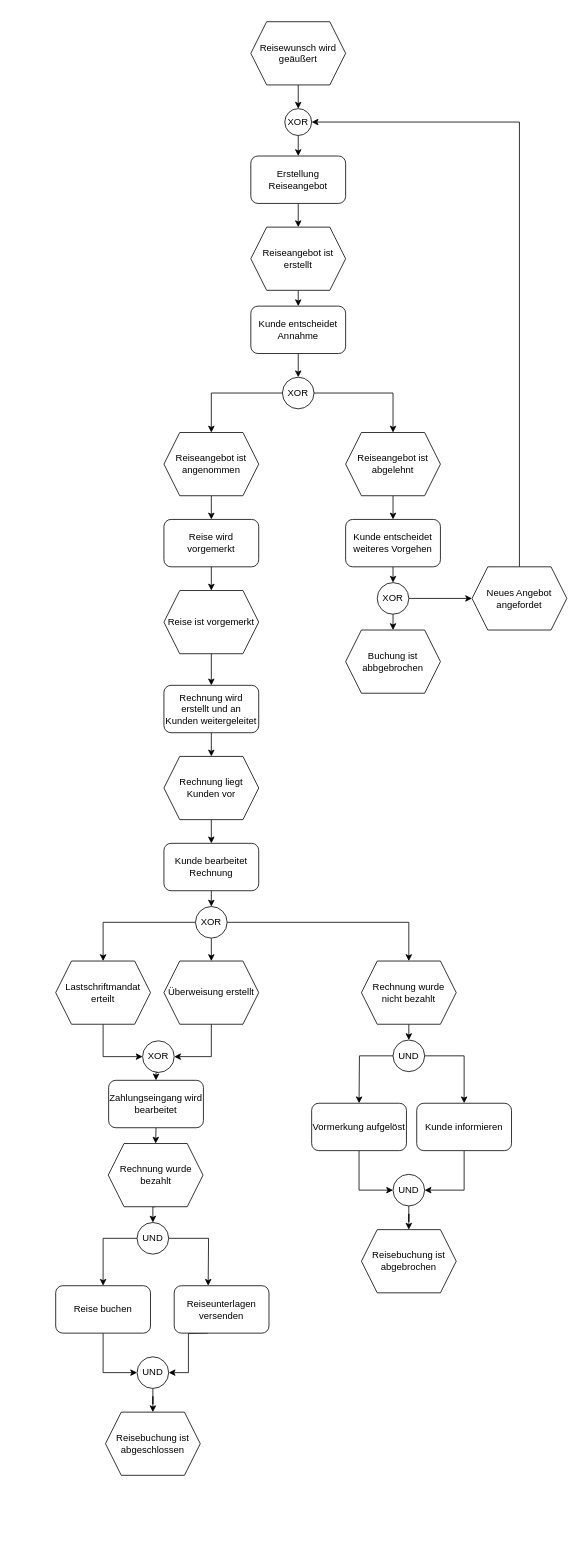
Earlier version of the draw.io diagram semester-4/gproz/Aufgabe-23.drawio (snordmann/fom). Source tidied: cells renumbered, new cells numbered last; positions are measured from the earlier drawing's top-left corner, leaving out a move shared by most shapes. Both pictures are drawn from the tidied source at 79%, with x=0, y=0 at pixel (55, 21).
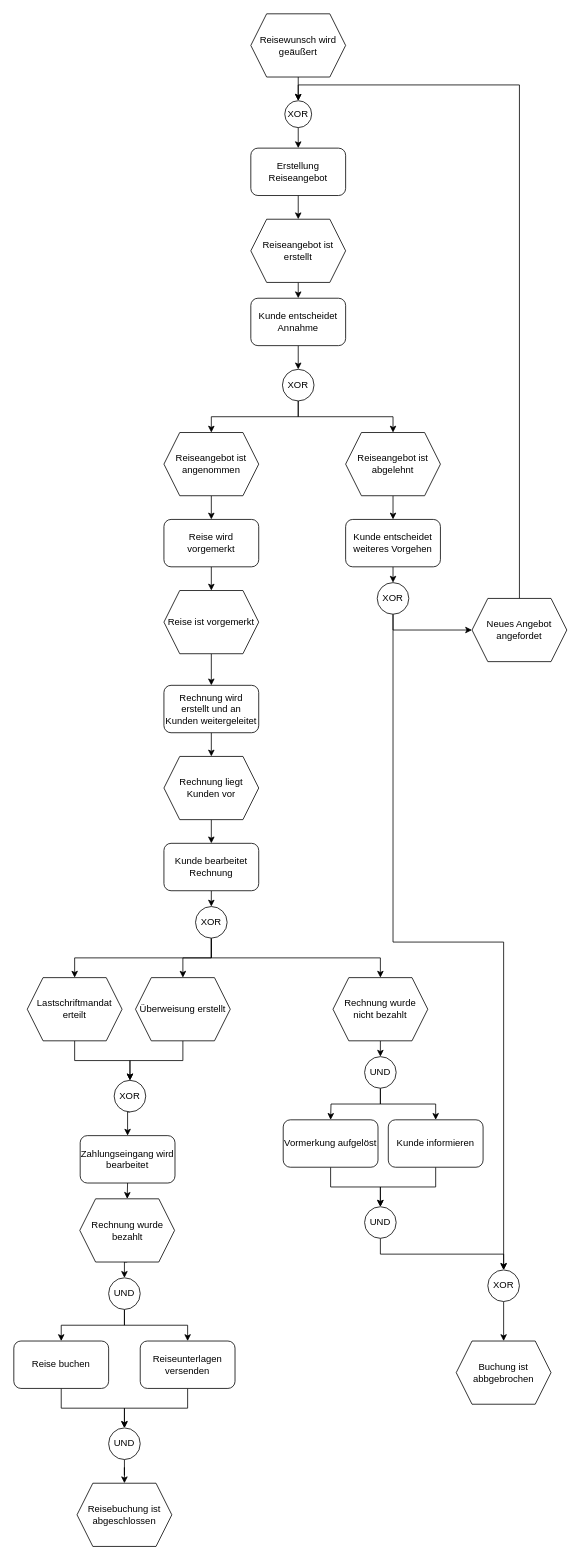
Above is the later version.

The change refers to these unchanged cells:
```xml
<mxCell id="14" value="Reiseangebot ist angenommen" style="shape=hexagon;perimeter=hexagonPerimeter2;whiteSpace=wrap;html=1;fixedSize=1;" parent="1" vertex="1">
  <mxGeometry x="137" y="520" width="120" height="80" as="geometry" />
</mxCell>
<mxCell id="16" value="Reiseangebot ist abgelehnt" style="shape=hexagon;perimeter=hexagonPerimeter2;whiteSpace=wrap;html=1;fixedSize=1;" parent="1" vertex="1">
  <mxGeometry x="367" y="520" width="120" height="80" as="geometry" />
</mxCell>
<mxCell id="21" value="XOR" style="ellipse;whiteSpace=wrap;html=1;" parent="1" vertex="1">
  <mxGeometry x="407" y="710" width="40" height="40" as="geometry" />
</mxCell>
<mxCell id="69" value="XOR" style="ellipse;whiteSpace=wrap;html=1;" parent="1" vertex="1">
  <mxGeometry x="177" y="1120" width="40" height="40" as="geometry" />
</mxCell>
```

Change to the diagram source:
```diff
@@
     <mxCell id="3" value="Reisewunsch wird geäußert" style="shape=hexagon;perimeter=hexagonPerimeter2;whiteSpace=wrap;html=1;fixedSize=1;" parent="1" vertex="1">
-      <mxGeometry x="247" width="120" height="80" as="geometry" />
+      <mxGeometry x="247" y="-10" width="120" height="80" as="geometry" />
     </mxCell>
@@
     <mxCell id="5" value="Erstellung Reiseangebot" style="rounded=1;whiteSpace=wrap;html=1;" parent="1" vertex="1">
-      <mxGeometry x="247" y="170" width="120" height="60" as="geometry" />
+      <mxGeometry x="247" y="160" width="120" height="60" as="geometry" />
     </mxCell>
@@
     <mxCell id="7" value="Reiseangebot ist erstellt" style="shape=hexagon;perimeter=hexagonPerimeter2;whiteSpace=wrap;html=1;fixedSize=1;" parent="1" vertex="1">
-      <mxGeometry x="247" y="260" width="120" height="80" as="geometry" />
+      <mxGeometry x="247" y="250" width="120" height="80" as="geometry" />
     </mxCell>
@@
     <mxCell id="9" value="Kunde entscheidet Annahme" style="rounded=1;whiteSpace=wrap;html=1;" parent="1" vertex="1">
-      <mxGeometry x="247" y="360" width="120" height="60" as="geometry" />
+      <mxGeometry x="247" y="350" width="120" height="60" as="geometry" />
     </mxCell>
-    <mxCell id="10" style="edgeStyle=orthogonalEdgeStyle;rounded=0;jettySize=auto;html=1;exitX=0;exitY=0.5;exitDx=0;exitDy=0;" parent="1" edge="1" source="12" target="14">
+    <mxCell id="10" style="edgeStyle=orthogonalEdgeStyle;rounded=0;jettySize=auto;html=1;exitX=0.5;exitY=1;exitDx=0;exitDy=0;" parent="1" edge="1" source="12" target="14">
       <mxGeometry relative="1" as="geometry" />
     </mxCell>
-    <mxCell id="11" style="edgeStyle=orthogonalEdgeStyle;rounded=0;jettySize=auto;html=1;exitX=1;exitY=0.5;exitDx=0;exitDy=0;entryX=0.5;entryY=0;entryDx=0;entryDy=0;" parent="1" edge="1" source="12" target="16">
+    <mxCell id="11" style="edgeStyle=orthogonalEdgeStyle;rounded=0;jettySize=auto;html=1;exitX=0.5;exitY=1;exitDx=0;exitDy=0;entryX=0.5;entryY=0;entryDx=0;entryDy=0;" parent="1" edge="1" source="12" target="16">
       <mxGeometry relative="1" as="geometry" />
     </mxCell>
     <mxCell id="12" value="XOR" style="ellipse;whiteSpace=wrap;html=1;" parent="1" vertex="1">
-      <mxGeometry x="287" y="450" width="40" height="40" as="geometry" />
+      <mxGeometry x="287" y="440" width="40" height="40" as="geometry" />
     </mxCell>
@@
-    <mxCell id="19" style="edgeStyle=orthogonalEdgeStyle;rounded=0;jettySize=auto;html=1;exitX=0.5;exitY=1;exitDx=0;exitDy=0;entryX=0.5;entryY=0;entryDx=0;entryDy=0;" parent="1" edge="1" source="21" target="22">
-      <mxGeometry relative="1" as="geometry" />
-    </mxCell>
-    <mxCell id="20" style="edgeStyle=orthogonalEdgeStyle;rounded=0;jettySize=auto;html=1;exitX=1;exitY=0.5;exitDx=0;exitDy=0;entryX=0;entryY=0.5;entryDx=0;entryDy=0;" parent="1" edge="1" source="21" target="24">
+    <mxCell id="20" style="edgeStyle=orthogonalEdgeStyle;rounded=0;jettySize=auto;html=1;exitX=0.5;exitY=1;exitDx=0;exitDy=0;entryX=0;entryY=0.5;entryDx=0;entryDy=0;" parent="1" edge="1" source="21" target="24">
       <mxGeometry relative="1" as="geometry" />
     </mxCell>
+    <mxCell id="74" style="edgeStyle=orthogonalEdgeStyle;rounded=0;jettySize=auto;html=1;exitX=0.5;exitY=1;exitDx=0;exitDy=0;entryX=0.5;entryY=0;entryDx=0;entryDy=0;" parent="1" edge="1" source="21" target="79">
+      <mxGeometry relative="1" as="geometry" />
+    </mxCell>
@@
     <mxCell id="22" value="Buchung ist abbgebrochen" style="shape=hexagon;perimeter=hexagonPerimeter2;whiteSpace=wrap;html=1;fixedSize=1;" parent="1" vertex="1">
-      <mxGeometry x="367" y="770" width="120" height="80" as="geometry" />
+      <mxGeometry x="507" y="1670" width="120" height="80" as="geometry" />
     </mxCell>
-    <mxCell id="23" style="edgeStyle=orthogonalEdgeStyle;rounded=0;jettySize=auto;html=1;exitX=0.5;exitY=0;exitDx=0;exitDy=0;entryX=1;entryY=0.5;entryDx=0;entryDy=0;" parent="1" edge="1" source="24" target="26">
+    <mxCell id="23" style="edgeStyle=orthogonalEdgeStyle;rounded=0;jettySize=auto;html=1;exitX=0.5;exitY=0;exitDx=0;exitDy=0;entryX=0.5;entryY=0;entryDx=0;entryDy=0;" parent="1" edge="1" source="24" target="26">
       <mxGeometry relative="1" as="geometry" />
     </mxCell>
     <mxCell id="24" value="Neues Angebot angefordet" style="shape=hexagon;perimeter=hexagonPerimeter2;whiteSpace=wrap;html=1;fixedSize=1;" parent="1" vertex="1">
-      <mxGeometry x="527" y="690" width="120" height="80" as="geometry" />
+      <mxGeometry x="527" y="730" width="120" height="80" as="geometry" />
     </mxCell>
@@
     <mxCell id="26" value="XOR" style="ellipse;whiteSpace=wrap;html=1;" parent="1" vertex="1">
-      <mxGeometry x="290" y="110" width="34" height="34" as="geometry" />
+      <mxGeometry x="290" y="100" width="34" height="34" as="geometry" />
     </mxCell>
@@
     <mxCell id="37" value="Rechnung wurde bezahlt" style="shape=hexagon;perimeter=hexagonPerimeter2;whiteSpace=wrap;html=1;fixedSize=1;" parent="1" vertex="1">
-      <mxGeometry x="66.5" y="1420" width="120" height="80" as="geometry" />
+      <mxGeometry x="30.5" y="1490" width="120" height="80" as="geometry" />
     </mxCell>
@@
     <mxCell id="39" value="Rechnung wurde nicht bezahlt" style="shape=hexagon;perimeter=hexagonPerimeter2;whiteSpace=wrap;html=1;fixedSize=1;" parent="1" vertex="1">
-      <mxGeometry x="387" y="1189" width="120" height="80" as="geometry" />
+      <mxGeometry x="351" y="1210" width="120" height="80" as="geometry" />
     </mxCell>
-    <mxCell id="40" style="edgeStyle=orthogonalEdgeStyle;rounded=0;jettySize=auto;html=1;exitX=0.5;exitY=1;exitDx=0;exitDy=0;entryX=0;entryY=0.5;entryDx=0;entryDy=0;" parent="1" edge="1" source="41" target="49">
+    <mxCell id="40" style="edgeStyle=orthogonalEdgeStyle;rounded=0;jettySize=auto;html=1;exitX=0.5;exitY=1;exitDx=0;exitDy=0;entryX=0.5;entryY=0;entryDx=0;entryDy=0;" parent="1" edge="1" source="41" target="49">
       <mxGeometry relative="1" as="geometry" />
     </mxCell>
     <mxCell id="41" value="Vormerkung aufgelöst" style="rounded=1;whiteSpace=wrap;html=1;" parent="1" vertex="1">
-      <mxGeometry x="324" y="1369" width="120" height="60" as="geometry" />
+      <mxGeometry x="288" y="1390" width="120" height="60" as="geometry" />
     </mxCell>
-    <mxCell id="42" style="edgeStyle=orthogonalEdgeStyle;rounded=0;jettySize=auto;html=1;exitX=0.5;exitY=1;exitDx=0;exitDy=0;entryX=1;entryY=0.5;entryDx=0;entryDy=0;" parent="1" edge="1" source="43" target="49">
+    <mxCell id="42" style="edgeStyle=orthogonalEdgeStyle;rounded=0;jettySize=auto;html=1;exitX=0.5;exitY=1;exitDx=0;exitDy=0;entryX=0.5;entryY=0;entryDx=0;entryDy=0;" parent="1" edge="1" source="43" target="49">
       <mxGeometry relative="1" as="geometry" />
     </mxCell>
     <mxCell id="43" value="Kunde informieren" style="rounded=1;whiteSpace=wrap;html=1;" parent="1" vertex="1">
-      <mxGeometry x="457" y="1369" width="120" height="60" as="geometry" />
+      <mxGeometry x="421" y="1390" width="120" height="60" as="geometry" />
     </mxCell>
-    <mxCell id="44" value="Reisebuchung ist abgebrochen" style="shape=hexagon;perimeter=hexagonPerimeter2;whiteSpace=wrap;html=1;fixedSize=1;" parent="1" vertex="1">
-      <mxGeometry x="387" y="1529" width="120" height="80" as="geometry" />
-    </mxCell>
-    <mxCell id="45" style="edgeStyle=orthogonalEdgeStyle;rounded=0;jettySize=auto;html=1;exitX=0;exitY=0.5;exitDx=0;exitDy=0;" parent="1" edge="1" source="47">
+    <mxCell id="45" style="edgeStyle=orthogonalEdgeStyle;rounded=0;jettySize=auto;html=1;exitX=0.5;exitY=1;exitDx=0;exitDy=0;" parent="1" edge="1" source="47">
       <mxGeometry relative="1" as="geometry">
-        <mxPoint x="384" y="1369" as="targetPoint" />
+        <mxPoint x="348" y="1390" as="targetPoint" />
       </mxGeometry>
     </mxCell>
-    <mxCell id="46" style="edgeStyle=orthogonalEdgeStyle;rounded=0;jettySize=auto;html=1;exitX=1;exitY=0.5;exitDx=0;exitDy=0;" parent="1" edge="1" source="47" target="43">
+    <mxCell id="46" style="edgeStyle=orthogonalEdgeStyle;rounded=0;jettySize=auto;html=1;exitX=0.5;exitY=1;exitDx=0;exitDy=0;" parent="1" edge="1" source="47" target="43">
       <mxGeometry relative="1" as="geometry" />
     </mxCell>
     <mxCell id="47" value="UND" style="ellipse;whiteSpace=wrap;html=1;" parent="1" vertex="1">
-      <mxGeometry x="427" y="1289" width="40" height="40" as="geometry" />
+      <mxGeometry x="391" y="1310" width="40" height="40" as="geometry" />
     </mxCell>
-    <mxCell id="48" style="edgeStyle=orthogonalEdgeStyle;rounded=0;jettySize=auto;html=1;exitX=0.5;exitY=1;exitDx=0;exitDy=0;" parent="1" edge="1" source="49" target="44">
-      <mxGeometry relative="1" as="geometry" />
-    </mxCell>
+    <mxCell id="75" style="edgeStyle=orthogonalEdgeStyle;rounded=0;jettySize=auto;html=1;exitX=0.5;exitY=1;exitDx=0;exitDy=0;entryX=0.5;entryY=0;entryDx=0;entryDy=0;" parent="1" edge="1" source="49" target="79">
+      <mxGeometry relative="1" as="geometry" />
+    </mxCell>
     <mxCell id="49" value="UND" style="ellipse;whiteSpace=wrap;html=1;" parent="1" vertex="1">
-      <mxGeometry x="427" y="1459" width="40" height="40" as="geometry" />
+      <mxGeometry x="391" y="1500" width="40" height="40" as="geometry" />
     </mxCell>
-    <mxCell id="50" style="edgeStyle=orthogonalEdgeStyle;rounded=0;jettySize=auto;html=1;exitX=0.5;exitY=1;exitDx=0;exitDy=0;entryX=0;entryY=0.5;entryDx=0;entryDy=0;" parent="1" edge="1" source="51" target="59">
+    <mxCell id="50" style="edgeStyle=orthogonalEdgeStyle;rounded=0;jettySize=auto;html=1;exitX=0.5;exitY=1;exitDx=0;exitDy=0;" parent="1" edge="1" source="51" target="59">
       <mxGeometry relative="1" as="geometry" />
     </mxCell>
     <mxCell id="51" value="Reise buchen" style="rounded=1;whiteSpace=wrap;html=1;" parent="1" vertex="1">
-      <mxGeometry y="1600" width="120" height="60" as="geometry" />
+      <mxGeometry x="-53" y="1670" width="120" height="60" as="geometry" />
     </mxCell>
-    <mxCell id="52" style="edgeStyle=orthogonalEdgeStyle;rounded=0;jettySize=auto;html=1;entryX=1;entryY=0.5;entryDx=0;entryDy=0;" parent="1" edge="1" target="59">
-      <mxGeometry relative="1" as="geometry">
-        <mxPoint x="193" y="1660" as="sourcePoint" />
-      </mxGeometry>
-    </mxCell>
+    <mxCell id="76" style="edgeStyle=orthogonalEdgeStyle;rounded=0;jettySize=auto;html=1;exitX=0.5;exitY=1;exitDx=0;exitDy=0;entryX=0.5;entryY=0;entryDx=0;entryDy=0;" parent="1" edge="1" source="53" target="59">
+      <mxGeometry relative="1" as="geometry" />
+    </mxCell>
     <mxCell id="53" value="Reiseunterlagen versenden" style="rounded=1;whiteSpace=wrap;html=1;" parent="1" vertex="1">
-      <mxGeometry x="150" y="1600" width="120" height="60" as="geometry" />
+      <mxGeometry x="107" y="1670" width="120" height="60" as="geometry" />
     </mxCell>
     <mxCell id="54" value="Reisebuchung ist abgeschlossen" style="shape=hexagon;perimeter=hexagonPerimeter2;whiteSpace=wrap;html=1;fixedSize=1;" parent="1" vertex="1">
-      <mxGeometry x="63" y="1760" width="120" height="80" as="geometry" />
+      <mxGeometry x="27" y="1850" width="120" height="80" as="geometry" />
     </mxCell>
-    <mxCell id="55" style="edgeStyle=orthogonalEdgeStyle;rounded=0;jettySize=auto;html=1;exitX=0;exitY=0.5;exitDx=0;exitDy=0;" parent="1" edge="1" source="57" target="51">
+    <mxCell id="55" style="edgeStyle=orthogonalEdgeStyle;rounded=0;jettySize=auto;html=1;exitX=0.5;exitY=1;exitDx=0;exitDy=0;" parent="1" edge="1" source="57" target="51">
       <mxGeometry relative="1" as="geometry" />
     </mxCell>
-    <mxCell id="56" style="edgeStyle=orthogonalEdgeStyle;rounded=0;jettySize=auto;html=1;exitX=1;exitY=0.5;exitDx=0;exitDy=0;" parent="1" edge="1" source="57">
-      <mxGeometry relative="1" as="geometry">
-        <mxPoint x="193" y="1600" as="targetPoint" />
-      </mxGeometry>
-    </mxCell>
+    <mxCell id="77" style="edgeStyle=orthogonalEdgeStyle;rounded=0;jettySize=auto;html=1;exitX=0.5;exitY=1;exitDx=0;exitDy=0;" parent="1" edge="1" source="57" target="53">
+      <mxGeometry relative="1" as="geometry" />
+    </mxCell>
     <mxCell id="57" value="UND" style="ellipse;whiteSpace=wrap;html=1;" parent="1" vertex="1">
-      <mxGeometry x="103" y="1520" width="40" height="40" as="geometry" />
+      <mxGeometry x="67" y="1590" width="40" height="40" as="geometry" />
     </mxCell>
@@
     <mxCell id="59" value="UND" style="ellipse;whiteSpace=wrap;html=1;" parent="1" vertex="1">
-      <mxGeometry x="103" y="1690" width="40" height="40" as="geometry" />
+      <mxGeometry x="67" y="1780" width="40" height="40" as="geometry" />
     </mxCell>
@@
-    <mxCell id="62" style="edgeStyle=orthogonalEdgeStyle;rounded=0;jettySize=auto;html=1;exitX=0.5;exitY=1;exitDx=0;exitDy=0;entryX=0;entryY=0.5;entryDx=0;entryDy=0;" parent="1" edge="1" source="63" target="73">
+    <mxCell id="62" style="edgeStyle=orthogonalEdgeStyle;rounded=0;jettySize=auto;html=1;exitX=0.5;exitY=1;exitDx=0;exitDy=0;entryX=0.5;entryY=0;entryDx=0;entryDy=0;" parent="1" edge="1" source="63" target="73">
       <mxGeometry relative="1" as="geometry" />
     </mxCell>
     <mxCell id="63" value="Lastschriftmandat erteilt" style="shape=hexagon;perimeter=hexagonPerimeter2;whiteSpace=wrap;html=1;fixedSize=1;" parent="1" vertex="1">
-      <mxGeometry y="1189" width="120" height="80" as="geometry" />
+      <mxGeometry x="-36" y="1210" width="120" height="80" as="geometry" />
     </mxCell>
-    <mxCell id="64" style="edgeStyle=orthogonalEdgeStyle;rounded=0;jettySize=auto;html=1;exitX=0.5;exitY=1;exitDx=0;exitDy=0;entryX=1;entryY=0.5;entryDx=0;entryDy=0;" parent="1" edge="1" source="65" target="73">
+    <mxCell id="64" style="edgeStyle=orthogonalEdgeStyle;rounded=0;jettySize=auto;html=1;exitX=0.5;exitY=1;exitDx=0;exitDy=0;entryX=0.5;entryY=0;entryDx=0;entryDy=0;" parent="1" edge="1" source="65" target="73">
       <mxGeometry relative="1" as="geometry" />
     </mxCell>
     <mxCell id="65" value="Überweisung erstellt" style="shape=hexagon;perimeter=hexagonPerimeter2;whiteSpace=wrap;html=1;fixedSize=1;" parent="1" vertex="1">
-      <mxGeometry x="137" y="1189" width="120" height="80" as="geometry" />
+      <mxGeometry x="101" y="1210" width="120" height="80" as="geometry" />
     </mxCell>
-    <mxCell id="66" style="edgeStyle=orthogonalEdgeStyle;rounded=0;jettySize=auto;html=1;exitX=0;exitY=0.5;exitDx=0;exitDy=0;entryX=0.5;entryY=0;entryDx=0;entryDy=0;" parent="1" edge="1" source="69" target="63">
+    <mxCell id="66" style="edgeStyle=orthogonalEdgeStyle;rounded=0;jettySize=auto;html=1;exitX=0.5;exitY=1;exitDx=0;exitDy=0;entryX=0.5;entryY=0;entryDx=0;entryDy=0;" parent="1" edge="1" source="69" target="63">
       <mxGeometry relative="1" as="geometry" />
     </mxCell>
@@
-    <mxCell id="68" style="edgeStyle=orthogonalEdgeStyle;rounded=0;jettySize=auto;html=1;exitX=1;exitY=0.5;exitDx=0;exitDy=0;entryX=0.5;entryY=0;entryDx=0;entryDy=0;" parent="1" edge="1" source="69" target="39">
+    <mxCell id="68" style="edgeStyle=orthogonalEdgeStyle;rounded=0;jettySize=auto;html=1;exitX=0.5;exitY=1;exitDx=0;exitDy=0;entryX=0.5;entryY=0;entryDx=0;entryDy=0;" parent="1" edge="1" source="69" target="39">
       <mxGeometry relative="1" as="geometry" />
     </mxCell>
@@
     <mxCell id="71" value="Zahlungseingang wird bearbeitet" style="rounded=1;whiteSpace=wrap;html=1;" parent="1" vertex="1">
-      <mxGeometry x="67" y="1340" width="120" height="60" as="geometry" />
+      <mxGeometry x="31" y="1410" width="120" height="60" as="geometry" />
     </mxCell>
@@
     <mxCell id="73" value="XOR" style="ellipse;whiteSpace=wrap;html=1;" parent="1" vertex="1">
-      <mxGeometry x="110" y="1290" width="40" height="40" as="geometry" />
+      <mxGeometry x="74" y="1340" width="40" height="40" as="geometry" />
     </mxCell>
+    <mxCell id="78" style="edgeStyle=orthogonalEdgeStyle;rounded=0;jettySize=auto;html=1;exitX=0.5;exitY=1;exitDx=0;exitDy=0;entryX=0.5;entryY=0;entryDx=0;entryDy=0;" parent="1" edge="1" source="79" target="22">
+      <mxGeometry relative="1" as="geometry" />
+    </mxCell>
+    <mxCell id="79" value="XOR" style="ellipse;whiteSpace=wrap;html=1;" parent="1" vertex="1">
+      <mxGeometry x="547" y="1580" width="40" height="40" as="geometry" />
+    </mxCell>
```
